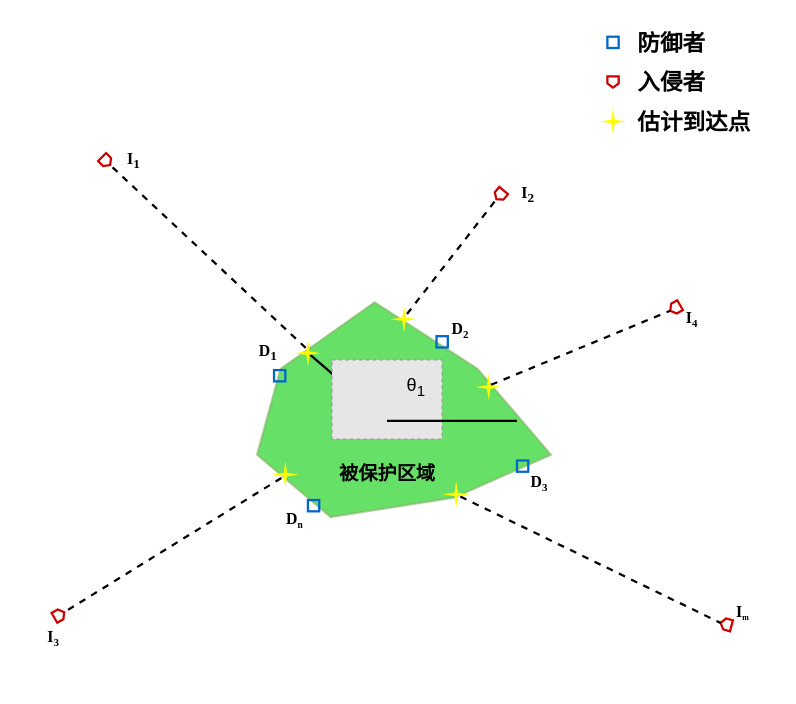
Earlier version of the draw.io diagram 边界防御.drawio (chengqian-yang/DrawWeb). Source tidied: cells renumbered, new cells numbered last; positions are measured from the earlier drawing's top-left corner, leaving out a move shared by most shapes. Both pictures are drawn from the tidied source at 113%, with x=0, y=0 at pixel (19, 19). Pictures stored in the file or linked from it are replaced by grey dashed boxes.
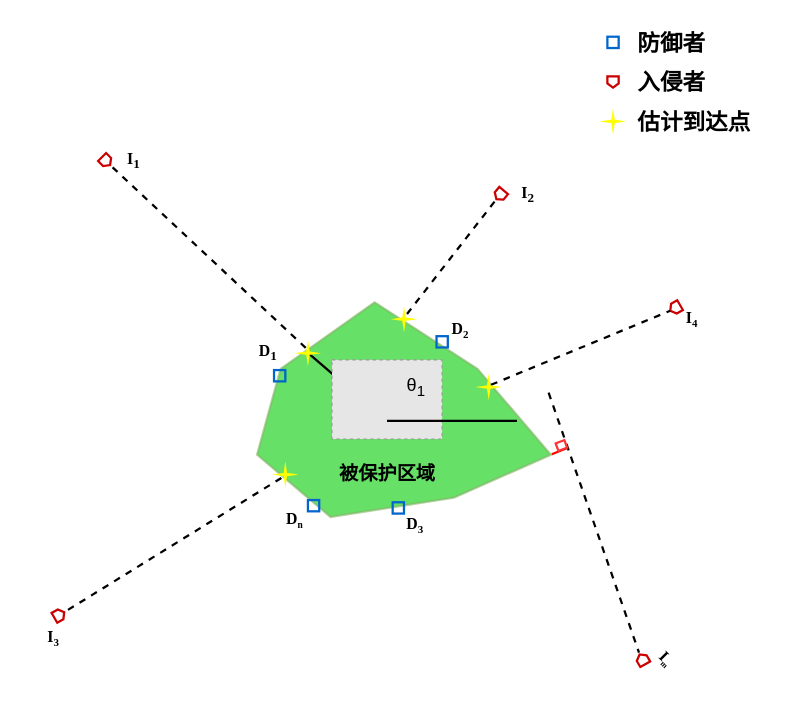
After the change.

Commit message:
更新边界防御.drawio

Unchanged cells that the change refers to:
```xml
<mxCell id="2" style="verticalLabelPosition=bottom;verticalAlign=top;html=1;shape=mxgraph.basic.polygon;polyCoords=[[0.08,0.31],[0.4,0],[0.75,0.31],[1,0.71],[0.67,0.91],[0.25,1],[0,0.71],[0.08,0.31]];polyline=1;fillColor=#00CC00;strokeColor=#82b366;opacity=60;strokeWidth=2;" parent="1" vertex="1">
  <mxGeometry x="210" y="250" width="260" height="190" as="geometry" />
</mxCell>
```

Change to the diagram source:
```diff
@@
-    <mxCell id="5" style="shape=offPageConnector;whiteSpace=wrap;html=1;fillColor=none;strokeColor=#CC0000;strokeWidth=2;rotation=105;" parent="1" vertex="1">
-      <mxGeometry x="620" y="530" width="10" height="10" as="geometry" />
-    </mxCell>
-    <mxCell id="6" style="endArrow=none;dashed=1;html=1;rounded=0;entryX=0.5;entryY=1;entryDx=0;entryDy=0;exitX=0.868;exitY=0.69;exitDx=0;exitDy=0;exitPerimeter=0;strokeWidth=2;" parent="1" edge="1" source="31" target="5">
-      <mxGeometry relative="1" as="geometry" />
+    <mxCell id="6" style="endArrow=none;dashed=1;html=1;rounded=0;strokeWidth=2;" parent="1" edge="1">
+      <mxGeometry relative="1" as="geometry">
+        <mxPoint x="468" y="330" as="sourcePoint" />
+        <mxPoint x="548" y="560" as="targetPoint" />
+      </mxGeometry>
     </mxCell>
@@
-    <mxCell id="13" value="&lt;font face=&quot;Times New Roman&quot;&gt;&lt;b&gt;&lt;font style=&quot;font-size: 14px;&quot;&gt;I&lt;/font&gt;&lt;font style=&quot;font-size: 8.33333px;&quot;&gt;&lt;sub&gt;m&lt;/sub&gt;&lt;/font&gt;&lt;/b&gt;&lt;/font&gt;" style="text;html=1;strokeColor=none;fillColor=none;align=center;verticalAlign=middle;whiteSpace=wrap;rounded=0;" parent="1" vertex="1">
-      <mxGeometry x="610" y="510" width="60" height="30" as="geometry" />
-    </mxCell>
@@
-    <mxCell id="31" style="verticalLabelPosition=bottom;verticalAlign=top;html=1;shape=mxgraph.basic.4_point_star_2;dx=0.87;fillColor=none;strokeColor=#FFFF00;strokeWidth=2;" parent="1" vertex="1">
-      <mxGeometry x="381.2" y="415" width="10" height="10" as="geometry" />
-    </mxCell>
@@
     <mxCell id="48" style="group;" parent="1" vertex="1">
-      <mxGeometry x="430" y="390" width="60" height="35" as="geometry" />
+      <mxGeometry x="320" y="427" width="60" height="35" as="geometry" />
     </mxCell>
@@
+    <mxCell id="54" style="group;rotation=45;" parent="1" vertex="1">
+      <mxGeometry x="549" y="551" width="31.1" height="31.1" as="geometry" />
+    </mxCell>
+    <mxCell id="5" style="shape=offPageConnector;whiteSpace=wrap;html=1;fillColor=none;strokeColor=#CC0000;strokeWidth=2;rotation=150;" parent="54" vertex="1">
+      <mxGeometry x="-3" y="10" width="10" height="10" as="geometry" />
+    </mxCell>
+    <mxCell id="13" value="&lt;font face=&quot;Times New Roman&quot;&gt;&lt;b&gt;&lt;font style=&quot;font-size: 14px;&quot;&gt;I&lt;/font&gt;&lt;font style=&quot;font-size: 8.33333px;&quot;&gt;&lt;sub&gt;m&lt;/sub&gt;&lt;/font&gt;&lt;/b&gt;&lt;/font&gt;" style="text;html=1;strokeColor=none;fillColor=none;align=center;verticalAlign=middle;whiteSpace=wrap;rounded=0;rotation=45;" parent="54" vertex="1">
+      <mxGeometry x="13" y="5" width="20" height="20" as="geometry" />
+    </mxCell>
+    <mxCell id="55" style="endArrow=none;html=1;rounded=0;fontSize=12;startSize=8;endSize=8;curved=1;exitX=1.003;exitY=0.708;exitDx=0;exitDy=0;exitPerimeter=0;strokeWidth=2;entryX=1.016;entryY=1.048;entryDx=0;entryDy=0;entryPerimeter=0;strokeColor=#FF0000;" parent="1" edge="1" source="2" target="56">
+      <mxGeometry relative="1" as="geometry" />
+    </mxCell>
+    <mxCell id="56" style="rounded=0;whiteSpace=wrap;html=1;fontSize=16;fillColor=none;rotation=-20;strokeWidth=2;strokeColor=#FF3333;" parent="1" vertex="1">
+      <mxGeometry x="475.2" y="373.2" width="8.2" height="7.1" as="geometry" />
+    </mxCell>
```
